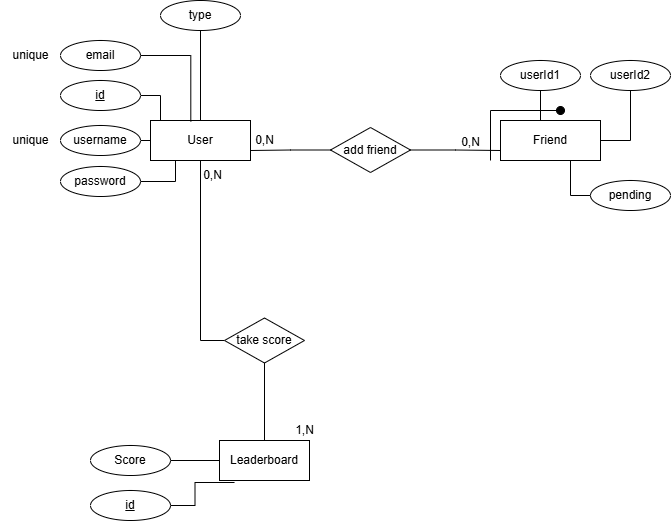
This is 7_Allegati/DataBase/Schema-ER-DB.png from smanedn/ColorfulSongs, a draw.io export, as it was before one commit. Source tidied: cells renumbered, new cells last; positions are measured from the earlier drawing's top-left corner, leaving out a move shared by most shapes.
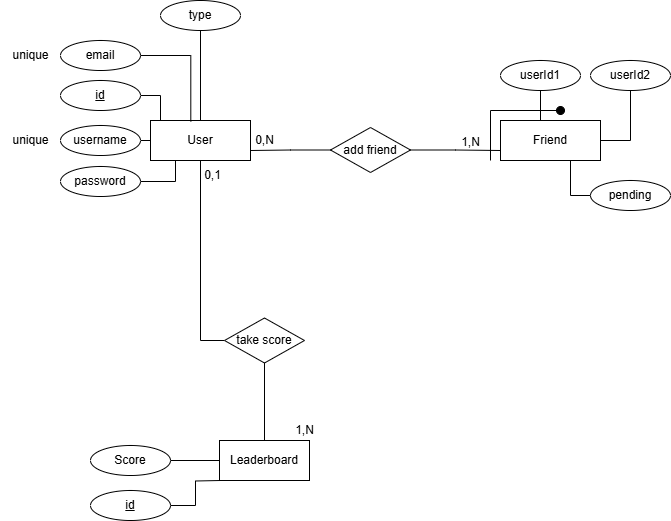
The same file after the commit.

The edit, as a diff of the source:
```diff
@@ -65,7 +65,7 @@
     <mxCell id="19" style="edgeStyle=orthogonalEdgeStyle;rounded=0;jettySize=auto;html=1;entryX=0.5;entryY=0;entryDx=0;entryDy=0;endArrow=none;endFill=0;" parent="1" edge="1" source="16" target="18">
       <mxGeometry relative="1" as="geometry" />
     </mxCell>
-    <mxCell id="20" value="0,N" style="text;html=1;align=center;verticalAlign=middle;strokeColor=none;fillColor=none;" parent="1" vertex="1">
+    <mxCell id="20" value="0,1" style="text;html=1;align=center;verticalAlign=middle;strokeColor=none;fillColor=none;" parent="1" vertex="1">
       <mxGeometry x="192" y="160" width="40" height="30" as="geometry" />
     </mxCell>
     <mxCell id="21" value="1&lt;span style=&quot;background-color: transparent; color: light-dark(rgb(0, 0, 0), rgb(255, 255, 255));&quot;&gt;,N&lt;/span&gt;" style="text;html=1;align=center;verticalAlign=middle;strokeColor=none;fillColor=none;" parent="1" vertex="1">
@@ -83,7 +83,7 @@
     <mxCell id="25" value="add friend" style="rhombus;whiteSpace=wrap;html=1;" parent="1" vertex="1">
       <mxGeometry x="330" y="127" width="80" height="45" as="geometry" />
     </mxCell>
-    <mxCell id="26" value="0,N" style="text;html=1;align=center;verticalAlign=middle;strokeColor=none;fillColor=none;" parent="1" vertex="1">
+    <mxCell id="26" value="1,N" style="text;html=1;align=center;verticalAlign=middle;strokeColor=none;fillColor=none;" parent="1" vertex="1">
       <mxGeometry x="450" y="127" width="40" height="30" as="geometry" />
     </mxCell>
     <mxCell id="27" value="userId1" style="ellipse;whiteSpace=wrap;html=1;align=center;" parent="1" vertex="1">
@@ -120,8 +120,10 @@
     <mxCell id="34" value="&lt;u&gt;id&lt;/u&gt;" style="ellipse;whiteSpace=wrap;html=1;align=center;" parent="1" vertex="1">
       <mxGeometry x="90" y="490" width="80" height="30" as="geometry" />
     </mxCell>
-    <mxCell id="35" style="edgeStyle=orthogonalEdgeStyle;rounded=0;jettySize=auto;html=1;endArrow=none;endFill=0;entryX=1;entryY=0.5;entryDx=0;entryDy=0;exitX=0.167;exitY=1.05;exitDx=0;exitDy=0;exitPerimeter=0;" parent="1" edge="1" source="18" target="34">
-      <mxGeometry relative="1" as="geometry" />
+    <mxCell id="35" style="edgeStyle=orthogonalEdgeStyle;rounded=0;jettySize=auto;html=1;endArrow=none;endFill=0;entryX=1;entryY=0.5;entryDx=0;entryDy=0;" parent="1" edge="1" target="34">
+      <mxGeometry relative="1" as="geometry">
+        <mxPoint x="220" y="480" as="sourcePoint" />
+      </mxGeometry>
     </mxCell>
     <mxCell id="36" value="type" style="ellipse;whiteSpace=wrap;html=1;align=center;" parent="1" vertex="1">
       <mxGeometry x="160" width="80" height="30" as="geometry" />
```
